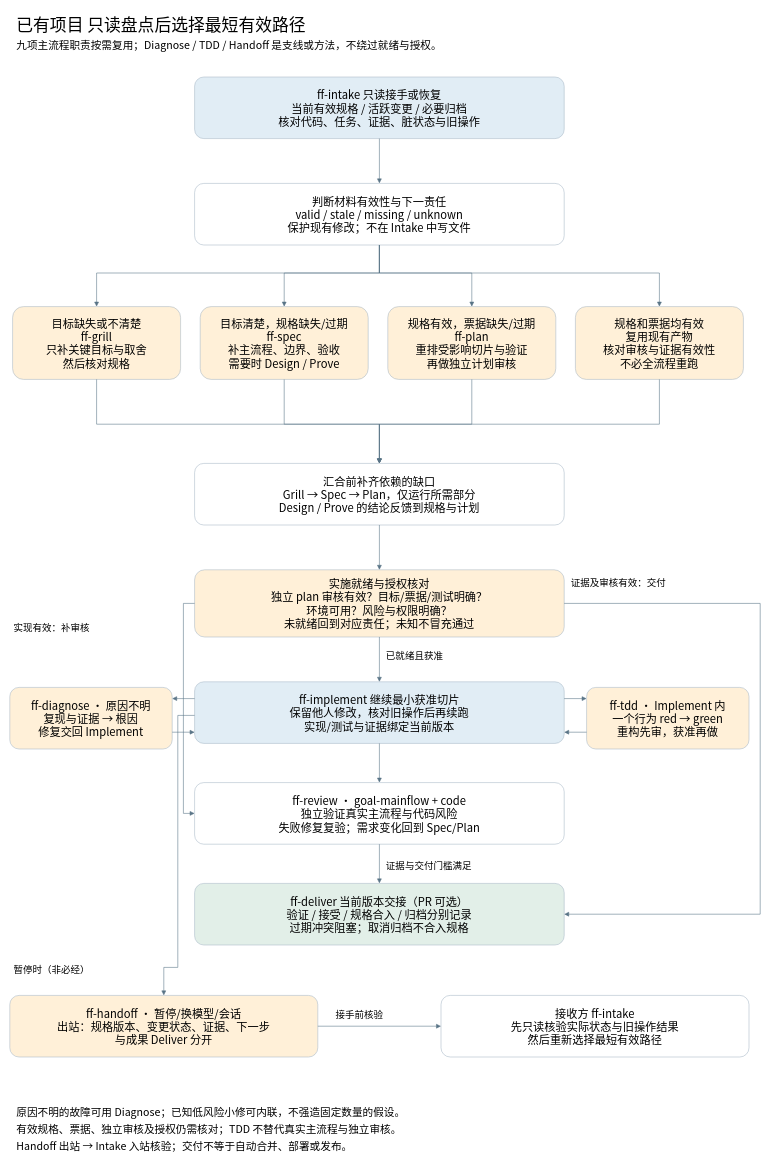
This is docs/diagrams/existing-project-workflow.drawio from chyhelloworld/ForgeFlowSkill, a draw.io file, before an edit. Source tidied: cells renumbered, new cells numbered last; positions are measured from the earlier drawing's top-left corner, leaving out a move shared by most shapes. Both pictures are drawn from the tidied source at 56%, with x=0, y=0 at pixel (10, 10).
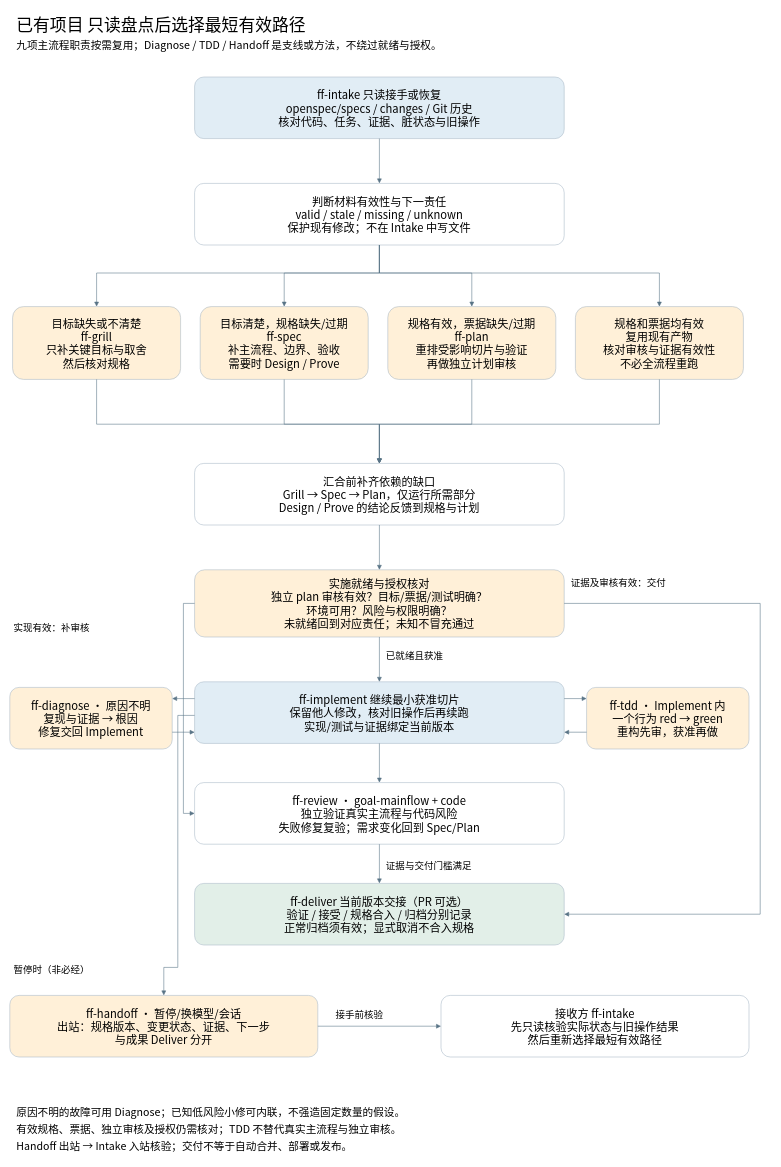
The same diagram, later.

The edit, as a diff of the source:
```diff
@@
-    <mxCell id="7" value="ff-intake 只读接手或恢复&#10;当前有效规格 / 活跃变更 / 必要归档&#10;核对代码、任务、证据、脏状态与旧操作" style="rounded=1;whiteSpace=wrap;html=0;fillColor=#e1edf5;strokeColor=#a9bac8;fontFamily=Noto Sans CJK SC;fontSize=20;" parent="1" vertex="1">
+    <mxCell id="7" value="ff-intake 只读接手或恢复&#10;openspec/specs / changes / Git 历史&#10;核对代码、任务、证据、脏状态与旧操作" style="rounded=1;whiteSpace=wrap;html=0;fillColor=#e1edf5;strokeColor=#a9bac8;fontFamily=Noto Sans CJK SC;fontSize=20;" parent="1" vertex="1">
       <mxGeometry x="330" y="120" width="660" height="110" as="geometry" />
     </mxCell>
@@
-    <mxCell id="17" value="ff-deliver 当前版本交接（PR 可选）&#10;验证 / 接受 / 规格合入 / 归档分别记录&#10;过期冲突阻塞；取消归档不合入规格" style="rounded=1;whiteSpace=wrap;html=0;fillColor=#e2efe8;strokeColor=#a9bac8;fontFamily=Noto Sans CJK SC;fontSize=20;" parent="1" vertex="1">
+    <mxCell id="17" value="ff-deliver 当前版本交接（PR 可选）&#10;验证 / 接受 / 规格合入 / 归档分别记录&#10;正常归档须有效；显式取消不合入规格" style="rounded=1;whiteSpace=wrap;html=0;fillColor=#e2efe8;strokeColor=#a9bac8;fontFamily=Noto Sans CJK SC;fontSize=20;" parent="1" vertex="1">
       <mxGeometry x="330" y="1560" width="660" height="110" as="geometry" />
     </mxCell>
```
